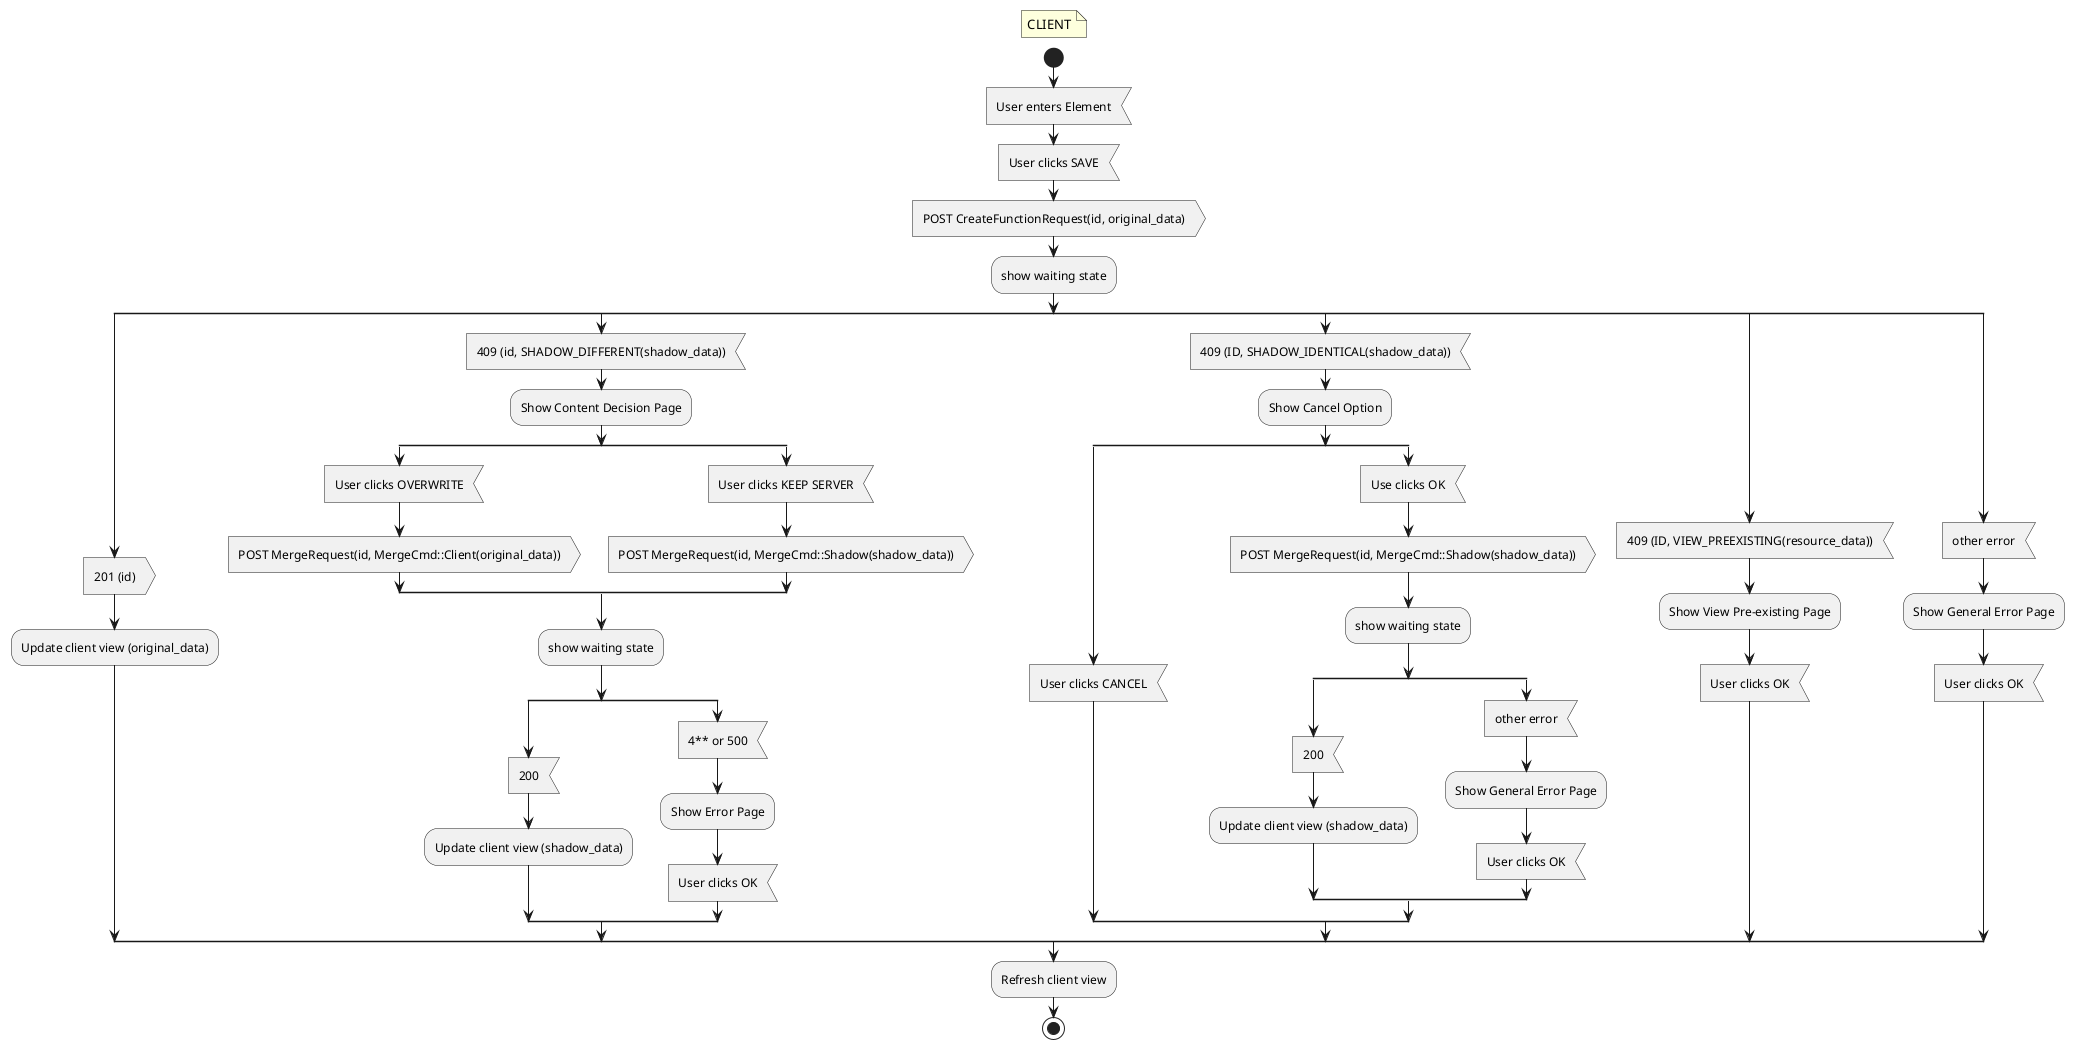
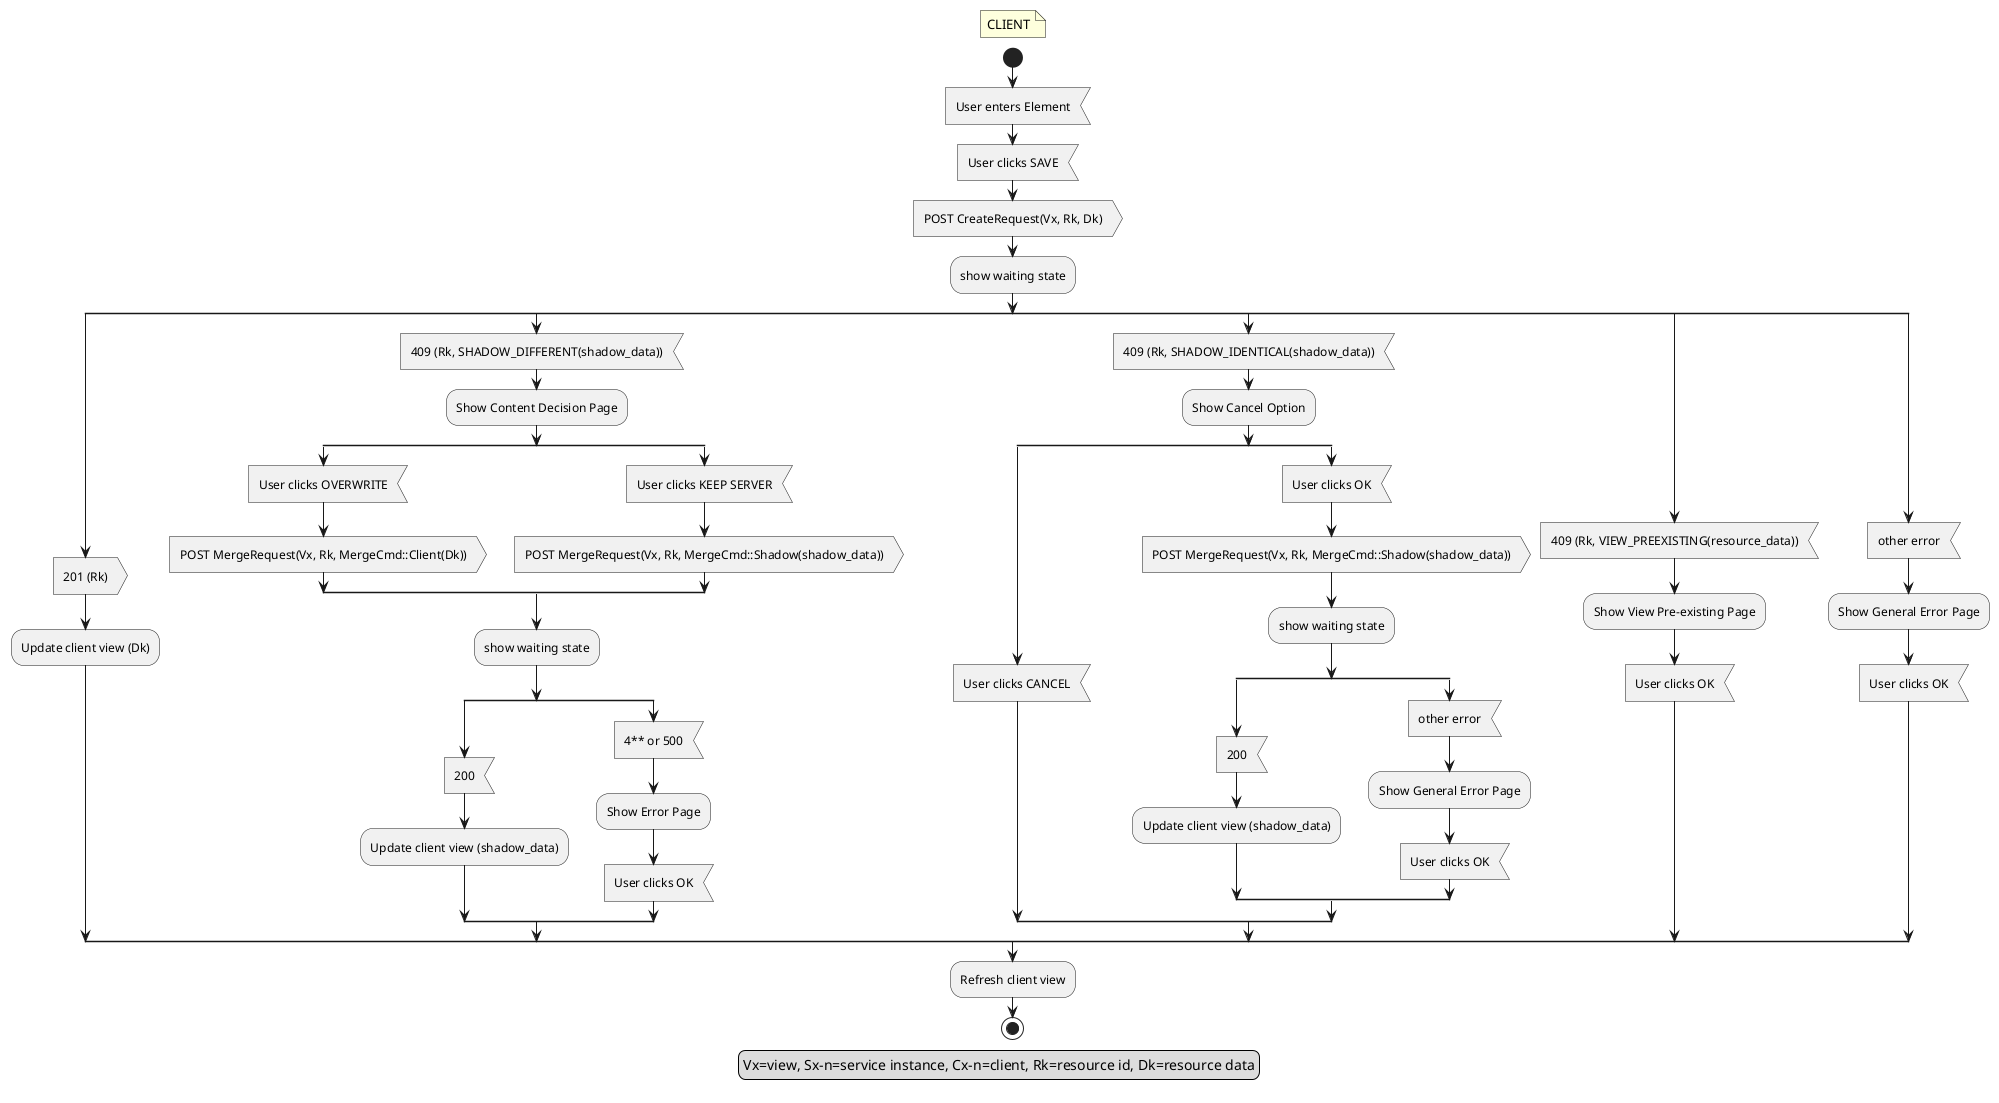
@startuml
!pragma useVerticalIf on
floating note: CLIENT
+ Legend: Vx=view, Sx-n=service instance, Cx-n=client, Rk=resource id, Dk=resource data

start
:User enters Element; <<input>>
:User clicks SAVE; <<input>>
- :POST CreateFunctionRequest(id, original_data); <<output>>
+ :POST CreateRequest(Vx, Rk, Dk); <<output>>
:show waiting state;
split
-     :201 (id); <<output>>
-     :Update client view (original_data);
+     :201 (Rk); <<output>>
+     :Update client view (Dk);
split again
-     :409 (id, SHADOW_DIFFERENT(shadow_data)); <<input>>
+     :409 (Rk, SHADOW_DIFFERENT(shadow_data)); <<input>>
    :Show Content Decision Page;
    split
        :User clicks OVERWRITE; <<input>>
-         :POST MergeRequest(id, MergeCmd::Client(original_data)); <<output>>
+         :POST MergeRequest(Vx, Rk, MergeCmd::Client(Dk)); <<output>>
    split again
        :User clicks KEEP SERVER; <<input>>
-         :POST MergeRequest(id, MergeCmd::Shadow(shadow_data)); <<output>>
+         :POST MergeRequest(Vx, Rk, MergeCmd::Shadow(shadow_data)); <<output>>
    end split
    :show waiting state;
    split
        :200; <<input>>
        :Update client view (shadow_data);
    split again
        :4** or 500; <<input>>
        :Show Error Page;
        :User clicks OK; <<input>>
    end split
split again
-     :409 (ID, SHADOW_IDENTICAL(shadow_data)); <<input>>
+     :409 (Rk, SHADOW_IDENTICAL(shadow_data)); <<input>>
    :Show Cancel Option;
    split
        :User clicks CANCEL; <<input>>
    split again
-         :Use clicks OK; <<input>>
-         :POST MergeRequest(id, MergeCmd::Shadow(shadow_data)); <<output>>
+         :User clicks OK; <<input>>
+         :POST MergeRequest(Vx, Rk, MergeCmd::Shadow(shadow_data)); <<output>>
        :show waiting state;
        split
        :200; <<input>>
        :Update client view (shadow_data);
        split again
            :other error; <<input>>
            :Show General Error Page;
            :User clicks OK; <<input>>
        end split
    end split
split again
-     :409 (ID, VIEW_PREEXISTING(resource_data)); <<input>>
+     :409 (Rk, VIEW_PREEXISTING(resource_data)); <<input>>
    :Show View Pre-existing Page;
    :User clicks OK; <<input>>
split again
    :other error; <<input>>
    :Show General Error Page;
    :User clicks OK; <<input>>
end split
:Refresh client view;
stop
@enduml